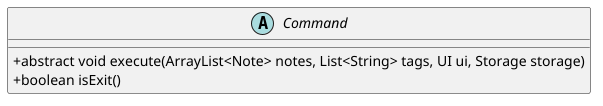
Earlier version of the PlantUML export docs/images/CommandAbstractClass.png (shauntsr/tp).
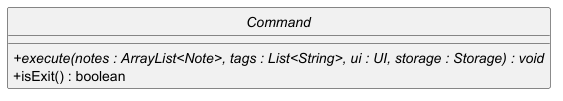
The same file after the commit.

The edit, as a diff of the source:
```diff
@@ -1,9 +1,9 @@
-@startuml CommandClass
+@startuml CommandAbstractClass
 skinparam classAttributeIconSize 0
-
+hide circle
 abstract class Command {
-    + abstract void execute(ArrayList<Note> notes, List<String> tags, UI ui, Storage storage)
-    + boolean isExit()
+    + {abstract} execute(notes : ArrayList<Note>, tags : List<String>, ui : UI, storage : Storage) : void
+    + isExit() : boolean
 }
 
 @enduml
```
